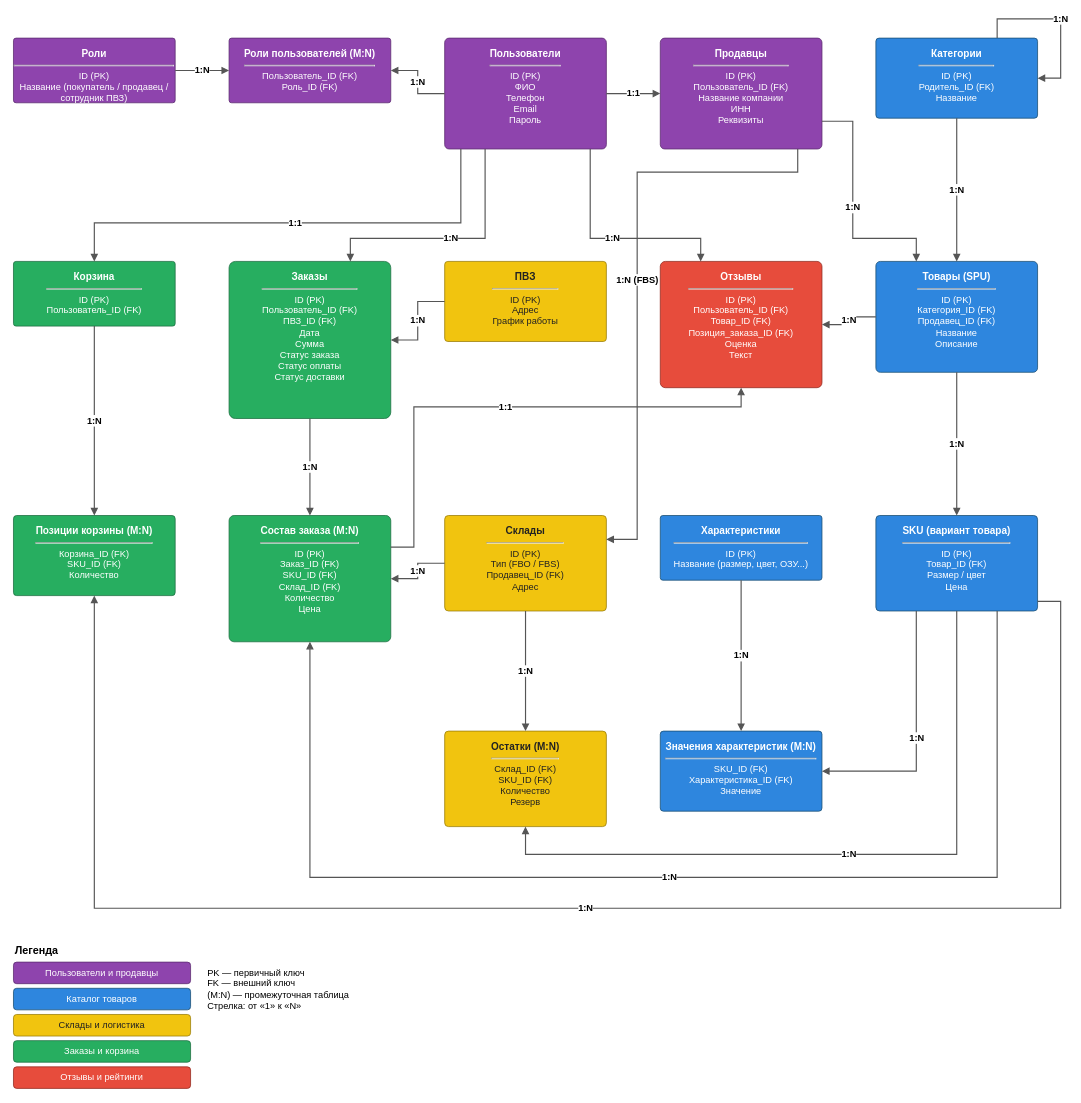
AlleksTV/Gggg keeps this draw.io diagram as marketplace_er/marketplace_er.drawio. Above is the earlier version. Source tidied: cells renumbered, new cells numbered last; positions are measured from the earlier drawing's top-left corner, leaving out a move shared by most shapes. Both pictures are drawn from the tidied source at 77%, with x=0, y=0 at pixel (13, 18).
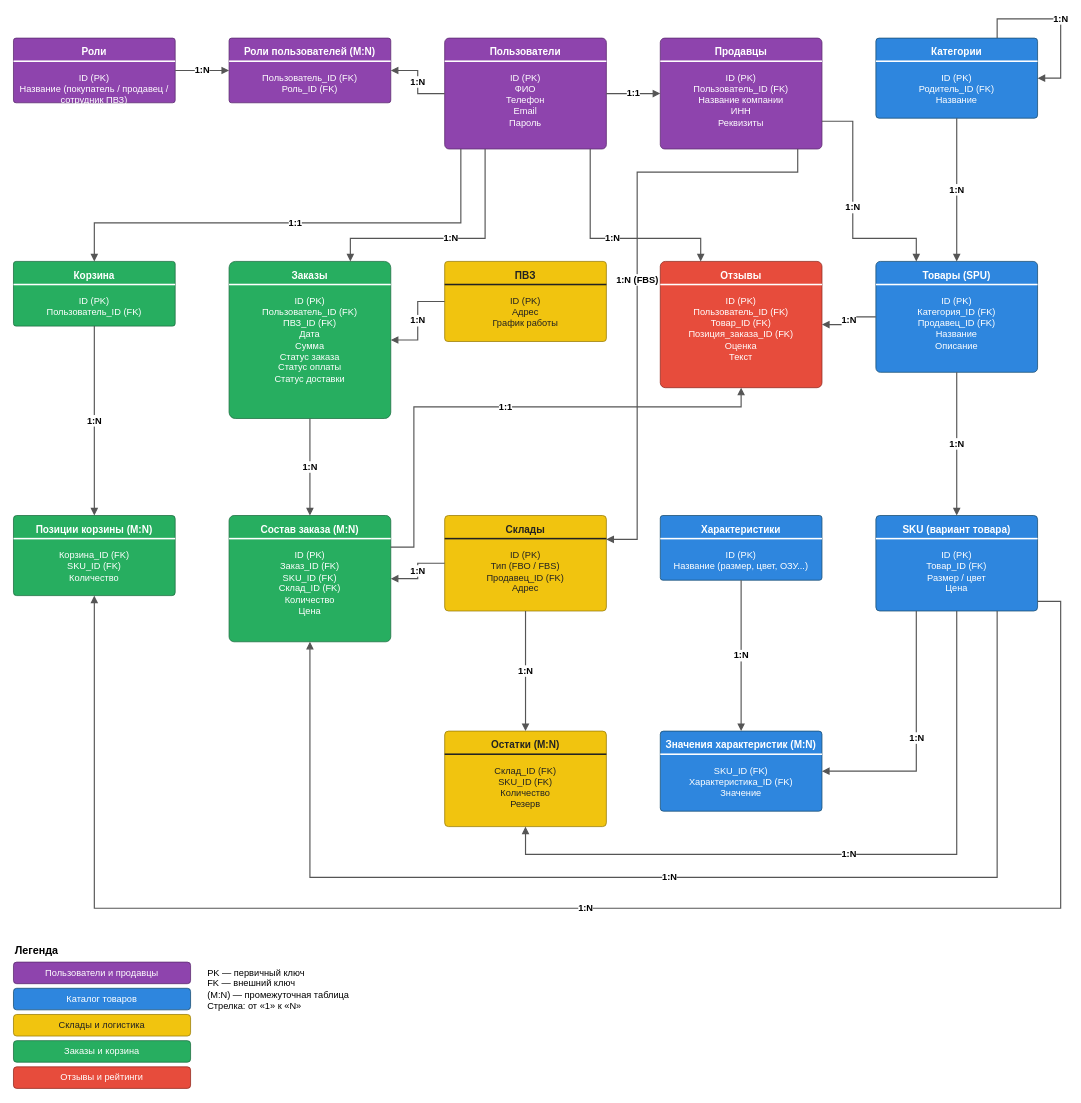
The same diagram, later.

Commit message (it also covers changes not shown here):
ER-диаграмма: разделитель под заголовком на всю ширину блока

Claude-Session: https://claude.ai/code/session_01LK5LGB8cAzPgqoPPtsgddE

What changed in the source:
```diff
@@
-    <mxCell id="2" value="&lt;b style=&quot;font-size:13px&quot;&gt;Роли&lt;/b&gt;&lt;hr&gt;ID (PK)&lt;br&gt;Название (покупатель / продавец / сотрудник ПВЗ)" style="rounded=1;arcSize=4;whiteSpace=wrap;html=1;fillColor=#8E44AD;strokeColor=#5B2C6F;fontColor=#FFFFFF;verticalAlign=top;align=center;spacingTop=6;fontSize=12;" parent="1" vertex="1">
+    <mxCell id="2" value="Роли" style="rounded=1;arcSize=4;html=1;whiteSpace=wrap;fillColor=#8E44AD;strokeColor=#5B2C6F;fontColor=#FFFFFF;fontStyle=1;fontSize=13;verticalAlign=top;align=center;spacingTop=4;" parent="1" vertex="1">
       <mxGeometry y="25" width="210" height="84" as="geometry" />
     </mxCell>
+    <mxCell id="49" style="rounded=0;fillColor=#FFFFFF;strokeColor=none;html=1;" parent="2" vertex="1">
+      <mxGeometry y="29" width="210" height="2" as="geometry" />
+    </mxCell>
+    <mxCell id="50" value="ID (PK)&lt;br&gt;Название (покупатель / продавец / сотрудник ПВЗ)" style="text;html=1;whiteSpace=wrap;fillColor=none;strokeColor=none;fontColor=#FFFFFF;align=center;verticalAlign=top;spacingTop=4;fontSize=12;" parent="2" vertex="1">
+      <mxGeometry y="34" width="210" height="50" as="geometry" />
+    </mxCell>
-    <mxCell id="3" value="&lt;b style=&quot;font-size:13px&quot;&gt;Роли пользователей (M:N)&lt;/b&gt;&lt;hr&gt;Пользователь_ID (FK)&lt;br&gt;Роль_ID (FK)" style="rounded=1;arcSize=4;whiteSpace=wrap;html=1;fillColor=#8E44AD;strokeColor=#5B2C6F;fontColor=#FFFFFF;verticalAlign=top;align=center;spacingTop=6;fontSize=12;" parent="1" vertex="1">
+    <mxCell id="3" value="Роли пользователей (M:N)" style="rounded=1;arcSize=4;html=1;whiteSpace=wrap;fillColor=#8E44AD;strokeColor=#5B2C6F;fontColor=#FFFFFF;fontStyle=1;fontSize=13;verticalAlign=top;align=center;spacingTop=4;" parent="1" vertex="1">
       <mxGeometry x="280" y="25" width="210" height="84" as="geometry" />
     </mxCell>
+    <mxCell id="51" style="rounded=0;fillColor=#FFFFFF;strokeColor=none;html=1;" parent="3" vertex="1">
+      <mxGeometry y="29" width="210" height="2" as="geometry" />
+    </mxCell>
+    <mxCell id="52" value="Пользователь_ID (FK)&lt;br&gt;Роль_ID (FK)" style="text;html=1;whiteSpace=wrap;fillColor=none;strokeColor=none;fontColor=#FFFFFF;align=center;verticalAlign=top;spacingTop=4;fontSize=12;" parent="3" vertex="1">
+      <mxGeometry y="34" width="210" height="50" as="geometry" />
+    </mxCell>
-    <mxCell id="4" value="&lt;b style=&quot;font-size:13px&quot;&gt;Пользователи&lt;/b&gt;&lt;hr&gt;ID (PK)&lt;br&gt;ФИО&lt;br&gt;Телефон&lt;br&gt;Email&lt;br&gt;Пароль" style="rounded=1;arcSize=4;whiteSpace=wrap;html=1;fillColor=#8E44AD;strokeColor=#5B2C6F;fontColor=#FFFFFF;verticalAlign=top;align=center;spacingTop=6;fontSize=12;" parent="1" vertex="1">
+    <mxCell id="4" value="Пользователи" style="rounded=1;arcSize=4;html=1;whiteSpace=wrap;fillColor=#8E44AD;strokeColor=#5B2C6F;fontColor=#FFFFFF;fontStyle=1;fontSize=13;verticalAlign=top;align=center;spacingTop=4;" parent="1" vertex="1">
       <mxGeometry x="560" y="25" width="210" height="144" as="geometry" />
     </mxCell>
+    <mxCell id="53" style="rounded=0;fillColor=#FFFFFF;strokeColor=none;html=1;" parent="4" vertex="1">
+      <mxGeometry y="29" width="210" height="2" as="geometry" />
+    </mxCell>
+    <mxCell id="54" value="ID (PK)&lt;br&gt;ФИО&lt;br&gt;Телефон&lt;br&gt;Email&lt;br&gt;Пароль" style="text;html=1;whiteSpace=wrap;fillColor=none;strokeColor=none;fontColor=#FFFFFF;align=center;verticalAlign=top;spacingTop=4;fontSize=12;" parent="4" vertex="1">
+      <mxGeometry y="34" width="210" height="110" as="geometry" />
+    </mxCell>
-    <mxCell id="5" value="&lt;b style=&quot;font-size:13px&quot;&gt;Продавцы&lt;/b&gt;&lt;hr&gt;ID (PK)&lt;br&gt;Пользователь_ID (FK)&lt;br&gt;Название компании&lt;br&gt;ИНН&lt;br&gt;Реквизиты" style="rounded=1;arcSize=4;whiteSpace=wrap;html=1;fillColor=#8E44AD;strokeColor=#5B2C6F;fontColor=#FFFFFF;verticalAlign=top;align=center;spacingTop=6;fontSize=12;" parent="1" vertex="1">
+    <mxCell id="5" value="Продавцы" style="rounded=1;arcSize=4;html=1;whiteSpace=wrap;fillColor=#8E44AD;strokeColor=#5B2C6F;fontColor=#FFFFFF;fontStyle=1;fontSize=13;verticalAlign=top;align=center;spacingTop=4;" parent="1" vertex="1">
       <mxGeometry x="840" y="25" width="210" height="144" as="geometry" />
     </mxCell>
+    <mxCell id="55" style="rounded=0;fillColor=#FFFFFF;strokeColor=none;html=1;" parent="5" vertex="1">
+      <mxGeometry y="29" width="210" height="2" as="geometry" />
+    </mxCell>
+    <mxCell id="56" value="ID (PK)&lt;br&gt;Пользователь_ID (FK)&lt;br&gt;Название компании&lt;br&gt;ИНН&lt;br&gt;Реквизиты" style="text;html=1;whiteSpace=wrap;fillColor=none;strokeColor=none;fontColor=#FFFFFF;align=center;verticalAlign=top;spacingTop=4;fontSize=12;" parent="5" vertex="1">
+      <mxGeometry y="34" width="210" height="110" as="geometry" />
+    </mxCell>
-    <mxCell id="6" value="&lt;b style=&quot;font-size:13px&quot;&gt;Категории&lt;/b&gt;&lt;hr&gt;ID (PK)&lt;br&gt;Родитель_ID (FK)&lt;br&gt;Название" style="rounded=1;arcSize=4;whiteSpace=wrap;html=1;fillColor=#2E86DE;strokeColor=#1B4F72;fontColor=#FFFFFF;verticalAlign=top;align=center;spacingTop=6;fontSize=12;" parent="1" vertex="1">
+    <mxCell id="6" value="Категории" style="rounded=1;arcSize=4;html=1;whiteSpace=wrap;fillColor=#2E86DE;strokeColor=#1B4F72;fontColor=#FFFFFF;fontStyle=1;fontSize=13;verticalAlign=top;align=center;spacingTop=4;" parent="1" vertex="1">
       <mxGeometry x="1120" y="25" width="210" height="104" as="geometry" />
     </mxCell>
+    <mxCell id="57" style="rounded=0;fillColor=#FFFFFF;strokeColor=none;html=1;" parent="6" vertex="1">
+      <mxGeometry y="29" width="210" height="2" as="geometry" />
+    </mxCell>
+    <mxCell id="58" value="ID (PK)&lt;br&gt;Родитель_ID (FK)&lt;br&gt;Название" style="text;html=1;whiteSpace=wrap;fillColor=none;strokeColor=none;fontColor=#FFFFFF;align=center;verticalAlign=top;spacingTop=4;fontSize=12;" parent="6" vertex="1">
+      <mxGeometry y="34" width="210" height="70" as="geometry" />
+    </mxCell>
-    <mxCell id="7" value="&lt;b style=&quot;font-size:13px&quot;&gt;Корзина&lt;/b&gt;&lt;hr&gt;ID (PK)&lt;br&gt;Пользователь_ID (FK)" style="rounded=1;arcSize=4;whiteSpace=wrap;html=1;fillColor=#27AE60;strokeColor=#1D6F42;fontColor=#FFFFFF;verticalAlign=top;align=center;spacingTop=6;fontSize=12;" parent="1" vertex="1">
+    <mxCell id="7" value="Корзина" style="rounded=1;arcSize=4;html=1;whiteSpace=wrap;fillColor=#27AE60;strokeColor=#1D6F42;fontColor=#FFFFFF;fontStyle=1;fontSize=13;verticalAlign=top;align=center;spacingTop=4;" parent="1" vertex="1">
       <mxGeometry y="315" width="210" height="84" as="geometry" />
     </mxCell>
+    <mxCell id="59" style="rounded=0;fillColor=#FFFFFF;strokeColor=none;html=1;" parent="7" vertex="1">
+      <mxGeometry y="29" width="210" height="2" as="geometry" />
+    </mxCell>
+    <mxCell id="60" value="ID (PK)&lt;br&gt;Пользователь_ID (FK)" style="text;html=1;whiteSpace=wrap;fillColor=none;strokeColor=none;fontColor=#FFFFFF;align=center;verticalAlign=top;spacingTop=4;fontSize=12;" parent="7" vertex="1">
+      <mxGeometry y="34" width="210" height="50" as="geometry" />
+    </mxCell>
-    <mxCell id="8" value="&lt;b style=&quot;font-size:13px&quot;&gt;Заказы&lt;/b&gt;&lt;hr&gt;ID (PK)&lt;br&gt;Пользователь_ID (FK)&lt;br&gt;ПВЗ_ID (FK)&lt;br&gt;Дата&lt;br&gt;Сумма&lt;br&gt;Статус заказа&lt;br&gt;Статус оплаты&lt;br&gt;Статус доставки" style="rounded=1;arcSize=4;whiteSpace=wrap;html=1;fillColor=#27AE60;strokeColor=#1D6F42;fontColor=#FFFFFF;verticalAlign=top;align=center;spacingTop=6;fontSize=12;" parent="1" vertex="1">
+    <mxCell id="8" value="Заказы" style="rounded=1;arcSize=4;html=1;whiteSpace=wrap;fillColor=#27AE60;strokeColor=#1D6F42;fontColor=#FFFFFF;fontStyle=1;fontSize=13;verticalAlign=top;align=center;spacingTop=4;" parent="1" vertex="1">
       <mxGeometry x="280" y="315" width="210" height="204" as="geometry" />
     </mxCell>
+    <mxCell id="61" style="rounded=0;fillColor=#FFFFFF;strokeColor=none;html=1;" parent="8" vertex="1">
+      <mxGeometry y="29" width="210" height="2" as="geometry" />
+    </mxCell>
+    <mxCell id="62" value="ID (PK)&lt;br&gt;Пользователь_ID (FK)&lt;br&gt;ПВЗ_ID (FK)&lt;br&gt;Дата&lt;br&gt;Сумма&lt;br&gt;Статус заказа&lt;br&gt;Статус оплаты&lt;br&gt;Статус доставки" style="text;html=1;whiteSpace=wrap;fillColor=none;strokeColor=none;fontColor=#FFFFFF;align=center;verticalAlign=top;spacingTop=4;fontSize=12;" parent="8" vertex="1">
+      <mxGeometry y="34" width="210" height="170" as="geometry" />
+    </mxCell>
-    <mxCell id="9" value="&lt;b style=&quot;font-size:13px&quot;&gt;ПВЗ&lt;/b&gt;&lt;hr&gt;ID (PK)&lt;br&gt;Адрес&lt;br&gt;График работы" style="rounded=1;arcSize=4;whiteSpace=wrap;html=1;fillColor=#F1C40F;strokeColor=#9A7D0A;fontColor=#222222;verticalAlign=top;align=center;spacingTop=6;fontSize=12;" parent="1" vertex="1">
+    <mxCell id="9" value="ПВЗ" style="rounded=1;arcSize=4;html=1;whiteSpace=wrap;fillColor=#F1C40F;strokeColor=#9A7D0A;fontColor=#222222;fontStyle=1;fontSize=13;verticalAlign=top;align=center;spacingTop=4;" parent="1" vertex="1">
       <mxGeometry x="560" y="315" width="210" height="104" as="geometry" />
     </mxCell>
+    <mxCell id="63" style="rounded=0;fillColor=#222222;strokeColor=none;html=1;" parent="9" vertex="1">
+      <mxGeometry y="29" width="210" height="2" as="geometry" />
+    </mxCell>
+    <mxCell id="64" value="ID (PK)&lt;br&gt;Адрес&lt;br&gt;График работы" style="text;html=1;whiteSpace=wrap;fillColor=none;strokeColor=none;fontColor=#222222;align=center;verticalAlign=top;spacingTop=4;fontSize=12;" parent="9" vertex="1">
+      <mxGeometry y="34" width="210" height="70" as="geometry" />
+    </mxCell>
-    <mxCell id="10" value="&lt;b style=&quot;font-size:13px&quot;&gt;Отзывы&lt;/b&gt;&lt;hr&gt;ID (PK)&lt;br&gt;Пользователь_ID (FK)&lt;br&gt;Товар_ID (FK)&lt;br&gt;Позиция_заказа_ID (FK)&lt;br&gt;Оценка&lt;br&gt;Текст" style="rounded=1;arcSize=4;whiteSpace=wrap;html=1;fillColor=#E74C3C;strokeColor=#922B21;fontColor=#FFFFFF;verticalAlign=top;align=center;spacingTop=6;fontSize=12;" parent="1" vertex="1">
+    <mxCell id="10" value="Отзывы" style="rounded=1;arcSize=4;html=1;whiteSpace=wrap;fillColor=#E74C3C;strokeColor=#922B21;fontColor=#FFFFFF;fontStyle=1;fontSize=13;verticalAlign=top;align=center;spacingTop=4;" parent="1" vertex="1">
       <mxGeometry x="840" y="315" width="210" height="164" as="geometry" />
     </mxCell>
+    <mxCell id="65" style="rounded=0;fillColor=#FFFFFF;strokeColor=none;html=1;" parent="10" vertex="1">
+      <mxGeometry y="29" width="210" height="2" as="geometry" />
+    </mxCell>
+    <mxCell id="66" value="ID (PK)&lt;br&gt;Пользователь_ID (FK)&lt;br&gt;Товар_ID (FK)&lt;br&gt;Позиция_заказа_ID (FK)&lt;br&gt;Оценка&lt;br&gt;Текст" style="text;html=1;whiteSpace=wrap;fillColor=none;strokeColor=none;fontColor=#FFFFFF;align=center;verticalAlign=top;spacingTop=4;fontSize=12;" parent="10" vertex="1">
+      <mxGeometry y="34" width="210" height="130" as="geometry" />
+    </mxCell>
-    <mxCell id="11" value="&lt;b style=&quot;font-size:13px&quot;&gt;Товары (SPU)&lt;/b&gt;&lt;hr&gt;ID (PK)&lt;br&gt;Категория_ID (FK)&lt;br&gt;Продавец_ID (FK)&lt;br&gt;Название&lt;br&gt;Описание" style="rounded=1;arcSize=4;whiteSpace=wrap;html=1;fillColor=#2E86DE;strokeColor=#1B4F72;fontColor=#FFFFFF;verticalAlign=top;align=center;spacingTop=6;fontSize=12;" parent="1" vertex="1">
+    <mxCell id="11" value="Товары (SPU)" style="rounded=1;arcSize=4;html=1;whiteSpace=wrap;fillColor=#2E86DE;strokeColor=#1B4F72;fontColor=#FFFFFF;fontStyle=1;fontSize=13;verticalAlign=top;align=center;spacingTop=4;" parent="1" vertex="1">
       <mxGeometry x="1120" y="315" width="210" height="144" as="geometry" />
     </mxCell>
+    <mxCell id="67" style="rounded=0;fillColor=#FFFFFF;strokeColor=none;html=1;" parent="11" vertex="1">
+      <mxGeometry y="29" width="210" height="2" as="geometry" />
+    </mxCell>
+    <mxCell id="68" value="ID (PK)&lt;br&gt;Категория_ID (FK)&lt;br&gt;Продавец_ID (FK)&lt;br&gt;Название&lt;br&gt;Описание" style="text;html=1;whiteSpace=wrap;fillColor=none;strokeColor=none;fontColor=#FFFFFF;align=center;verticalAlign=top;spacingTop=4;fontSize=12;" parent="11" vertex="1">
+      <mxGeometry y="34" width="210" height="110" as="geometry" />
+    </mxCell>
-    <mxCell id="12" value="&lt;b style=&quot;font-size:13px&quot;&gt;Позиции корзины (M:N)&lt;/b&gt;&lt;hr&gt;Корзина_ID (FK)&lt;br&gt;SKU_ID (FK)&lt;br&gt;Количество" style="rounded=1;arcSize=4;whiteSpace=wrap;html=1;fillColor=#27AE60;strokeColor=#1D6F42;fontColor=#FFFFFF;verticalAlign=top;align=center;spacingTop=6;fontSize=12;" parent="1" vertex="1">
+    <mxCell id="12" value="Позиции корзины (M:N)" style="rounded=1;arcSize=4;html=1;whiteSpace=wrap;fillColor=#27AE60;strokeColor=#1D6F42;fontColor=#FFFFFF;fontStyle=1;fontSize=13;verticalAlign=top;align=center;spacingTop=4;" parent="1" vertex="1">
       <mxGeometry y="645" width="210" height="104" as="geometry" />
     </mxCell>
+    <mxCell id="69" style="rounded=0;fillColor=#FFFFFF;strokeColor=none;html=1;" parent="12" vertex="1">
+      <mxGeometry y="29" width="210" height="2" as="geometry" />
+    </mxCell>
+    <mxCell id="70" value="Корзина_ID (FK)&lt;br&gt;SKU_ID (FK)&lt;br&gt;Количество" style="text;html=1;whiteSpace=wrap;fillColor=none;strokeColor=none;fontColor=#FFFFFF;align=center;verticalAlign=top;spacingTop=4;fontSize=12;" parent="12" vertex="1">
+      <mxGeometry y="34" width="210" height="70" as="geometry" />
+    </mxCell>
-    <mxCell id="13" value="&lt;b style=&quot;font-size:13px&quot;&gt;Состав заказа (M:N)&lt;/b&gt;&lt;hr&gt;ID (PK)&lt;br&gt;Заказ_ID (FK)&lt;br&gt;SKU_ID (FK)&lt;br&gt;Склад_ID (FK)&lt;br&gt;Количество&lt;br&gt;Цена" style="rounded=1;arcSize=4;whiteSpace=wrap;html=1;fillColor=#27AE60;strokeColor=#1D6F42;fontColor=#FFFFFF;verticalAlign=top;align=center;spacingTop=6;fontSize=12;" parent="1" vertex="1">
+    <mxCell id="13" value="Состав заказа (M:N)" style="rounded=1;arcSize=4;html=1;whiteSpace=wrap;fillColor=#27AE60;strokeColor=#1D6F42;fontColor=#FFFFFF;fontStyle=1;fontSize=13;verticalAlign=top;align=center;spacingTop=4;" parent="1" vertex="1">
       <mxGeometry x="280" y="645" width="210" height="164" as="geometry" />
     </mxCell>
+    <mxCell id="71" style="rounded=0;fillColor=#FFFFFF;strokeColor=none;html=1;" parent="13" vertex="1">
+      <mxGeometry y="29" width="210" height="2" as="geometry" />
+    </mxCell>
+    <mxCell id="72" value="ID (PK)&lt;br&gt;Заказ_ID (FK)&lt;br&gt;SKU_ID (FK)&lt;br&gt;Склад_ID (FK)&lt;br&gt;Количество&lt;br&gt;Цена" style="text;html=1;whiteSpace=wrap;fillColor=none;strokeColor=none;fontColor=#FFFFFF;align=center;verticalAlign=top;spacingTop=4;fontSize=12;" parent="13" vertex="1">
+      <mxGeometry y="34" width="210" height="130" as="geometry" />
+    </mxCell>
-    <mxCell id="14" value="&lt;b style=&quot;font-size:13px&quot;&gt;Склады&lt;/b&gt;&lt;hr&gt;ID (PK)&lt;br&gt;Тип (FBO / FBS)&lt;br&gt;Продавец_ID (FK)&lt;br&gt;Адрес" style="rounded=1;arcSize=4;whiteSpace=wrap;html=1;fillColor=#F1C40F;strokeColor=#9A7D0A;fontColor=#222222;verticalAlign=top;align=center;spacingTop=6;fontSize=12;" parent="1" vertex="1">
+    <mxCell id="14" value="Склады" style="rounded=1;arcSize=4;html=1;whiteSpace=wrap;fillColor=#F1C40F;strokeColor=#9A7D0A;fontColor=#222222;fontStyle=1;fontSize=13;verticalAlign=top;align=center;spacingTop=4;" parent="1" vertex="1">
       <mxGeometry x="560" y="645" width="210" height="124" as="geometry" />
     </mxCell>
+    <mxCell id="73" style="rounded=0;fillColor=#222222;strokeColor=none;html=1;" parent="14" vertex="1">
+      <mxGeometry y="29" width="210" height="2" as="geometry" />
+    </mxCell>
+    <mxCell id="74" value="ID (PK)&lt;br&gt;Тип (FBO / FBS)&lt;br&gt;Продавец_ID (FK)&lt;br&gt;Адрес" style="text;html=1;whiteSpace=wrap;fillColor=none;strokeColor=none;fontColor=#222222;align=center;verticalAlign=top;spacingTop=4;fontSize=12;" parent="14" vertex="1">
+      <mxGeometry y="34" width="210" height="90" as="geometry" />
+    </mxCell>
-    <mxCell id="15" value="&lt;b style=&quot;font-size:13px&quot;&gt;Характеристики&lt;/b&gt;&lt;hr&gt;ID (PK)&lt;br&gt;Название (размер, цвет, ОЗУ...)" style="rounded=1;arcSize=4;whiteSpace=wrap;html=1;fillColor=#2E86DE;strokeColor=#1B4F72;fontColor=#FFFFFF;verticalAlign=top;align=center;spacingTop=6;fontSize=12;" parent="1" vertex="1">
+    <mxCell id="15" value="Характеристики" style="rounded=1;arcSize=4;html=1;whiteSpace=wrap;fillColor=#2E86DE;strokeColor=#1B4F72;fontColor=#FFFFFF;fontStyle=1;fontSize=13;verticalAlign=top;align=center;spacingTop=4;" parent="1" vertex="1">
       <mxGeometry x="840" y="645" width="210" height="84" as="geometry" />
     </mxCell>
+    <mxCell id="75" style="rounded=0;fillColor=#FFFFFF;strokeColor=none;html=1;" parent="15" vertex="1">
+      <mxGeometry y="29" width="210" height="2" as="geometry" />
+    </mxCell>
+    <mxCell id="76" value="ID (PK)&lt;br&gt;Название (размер, цвет, ОЗУ...)" style="text;html=1;whiteSpace=wrap;fillColor=none;strokeColor=none;fontColor=#FFFFFF;align=center;verticalAlign=top;spacingTop=4;fontSize=12;" parent="15" vertex="1">
+      <mxGeometry y="34" width="210" height="50" as="geometry" />
+    </mxCell>
-    <mxCell id="16" value="&lt;b style=&quot;font-size:13px&quot;&gt;SKU (вариант товара)&lt;/b&gt;&lt;hr&gt;ID (PK)&lt;br&gt;Товар_ID (FK)&lt;br&gt;Размер / цвет&lt;br&gt;Цена" style="rounded=1;arcSize=4;whiteSpace=wrap;html=1;fillColor=#2E86DE;strokeColor=#1B4F72;fontColor=#FFFFFF;verticalAlign=top;align=center;spacingTop=6;fontSize=12;" parent="1" vertex="1">
+    <mxCell id="16" value="SKU (вариант товара)" style="rounded=1;arcSize=4;html=1;whiteSpace=wrap;fillColor=#2E86DE;strokeColor=#1B4F72;fontColor=#FFFFFF;fontStyle=1;fontSize=13;verticalAlign=top;align=center;spacingTop=4;" parent="1" vertex="1">
       <mxGeometry x="1120" y="645" width="210" height="124" as="geometry" />
     </mxCell>
+    <mxCell id="77" style="rounded=0;fillColor=#FFFFFF;strokeColor=none;html=1;" parent="16" vertex="1">
+      <mxGeometry y="29" width="210" height="2" as="geometry" />
+    </mxCell>
+    <mxCell id="78" value="ID (PK)&lt;br&gt;Товар_ID (FK)&lt;br&gt;Размер / цвет&lt;br&gt;Цена" style="text;html=1;whiteSpace=wrap;fillColor=none;strokeColor=none;fontColor=#FFFFFF;align=center;verticalAlign=top;spacingTop=4;fontSize=12;" parent="16" vertex="1">
+      <mxGeometry y="34" width="210" height="90" as="geometry" />
+    </mxCell>
-    <mxCell id="17" value="&lt;b style=&quot;font-size:13px&quot;&gt;Остатки (M:N)&lt;/b&gt;&lt;hr&gt;Склад_ID (FK)&lt;br&gt;SKU_ID (FK)&lt;br&gt;Количество&lt;br&gt;Резерв" style="rounded=1;arcSize=4;whiteSpace=wrap;html=1;fillColor=#F1C40F;strokeColor=#9A7D0A;fontColor=#222222;verticalAlign=top;align=center;spacingTop=6;fontSize=12;" parent="1" vertex="1">
+    <mxCell id="17" value="Остатки (M:N)" style="rounded=1;arcSize=4;html=1;whiteSpace=wrap;fillColor=#F1C40F;strokeColor=#9A7D0A;fontColor=#222222;fontStyle=1;fontSize=13;verticalAlign=top;align=center;spacingTop=4;" parent="1" vertex="1">
       <mxGeometry x="560" y="925" width="210" height="124" as="geometry" />
     </mxCell>
+    <mxCell id="79" style="rounded=0;fillColor=#222222;strokeColor=none;html=1;" parent="17" vertex="1">
+      <mxGeometry y="29" width="210" height="2" as="geometry" />
+    </mxCell>
+    <mxCell id="80" value="Склад_ID (FK)&lt;br&gt;SKU_ID (FK)&lt;br&gt;Количество&lt;br&gt;Резерв" style="text;html=1;whiteSpace=wrap;fillColor=none;strokeColor=none;fontColor=#222222;align=center;verticalAlign=top;spacingTop=4;fontSize=12;" parent="17" vertex="1">
+      <mxGeometry y="34" width="210" height="90" as="geometry" />
+    </mxCell>
-    <mxCell id="18" value="&lt;b style=&quot;font-size:13px&quot;&gt;Значения характеристик (M:N)&lt;/b&gt;&lt;hr&gt;SKU_ID (FK)&lt;br&gt;Характеристика_ID (FK)&lt;br&gt;Значение" style="rounded=1;arcSize=4;whiteSpace=wrap;html=1;fillColor=#2E86DE;strokeColor=#1B4F72;fontColor=#FFFFFF;verticalAlign=top;align=center;spacingTop=6;fontSize=12;" parent="1" vertex="1">
+    <mxCell id="18" value="Значения характеристик (M:N)" style="rounded=1;arcSize=4;html=1;whiteSpace=wrap;fillColor=#2E86DE;strokeColor=#1B4F72;fontColor=#FFFFFF;fontStyle=1;fontSize=13;verticalAlign=top;align=center;spacingTop=4;" parent="1" vertex="1">
       <mxGeometry x="840" y="925" width="210" height="104" as="geometry" />
     </mxCell>
+    <mxCell id="81" style="rounded=0;fillColor=#FFFFFF;strokeColor=none;html=1;" parent="18" vertex="1">
+      <mxGeometry y="29" width="210" height="2" as="geometry" />
+    </mxCell>
+    <mxCell id="82" value="SKU_ID (FK)&lt;br&gt;Характеристика_ID (FK)&lt;br&gt;Значение" style="text;html=1;whiteSpace=wrap;fillColor=none;strokeColor=none;fontColor=#FFFFFF;align=center;verticalAlign=top;spacingTop=4;fontSize=12;" parent="18" vertex="1">
+      <mxGeometry y="34" width="210" height="70" as="geometry" />
+    </mxCell>
```
